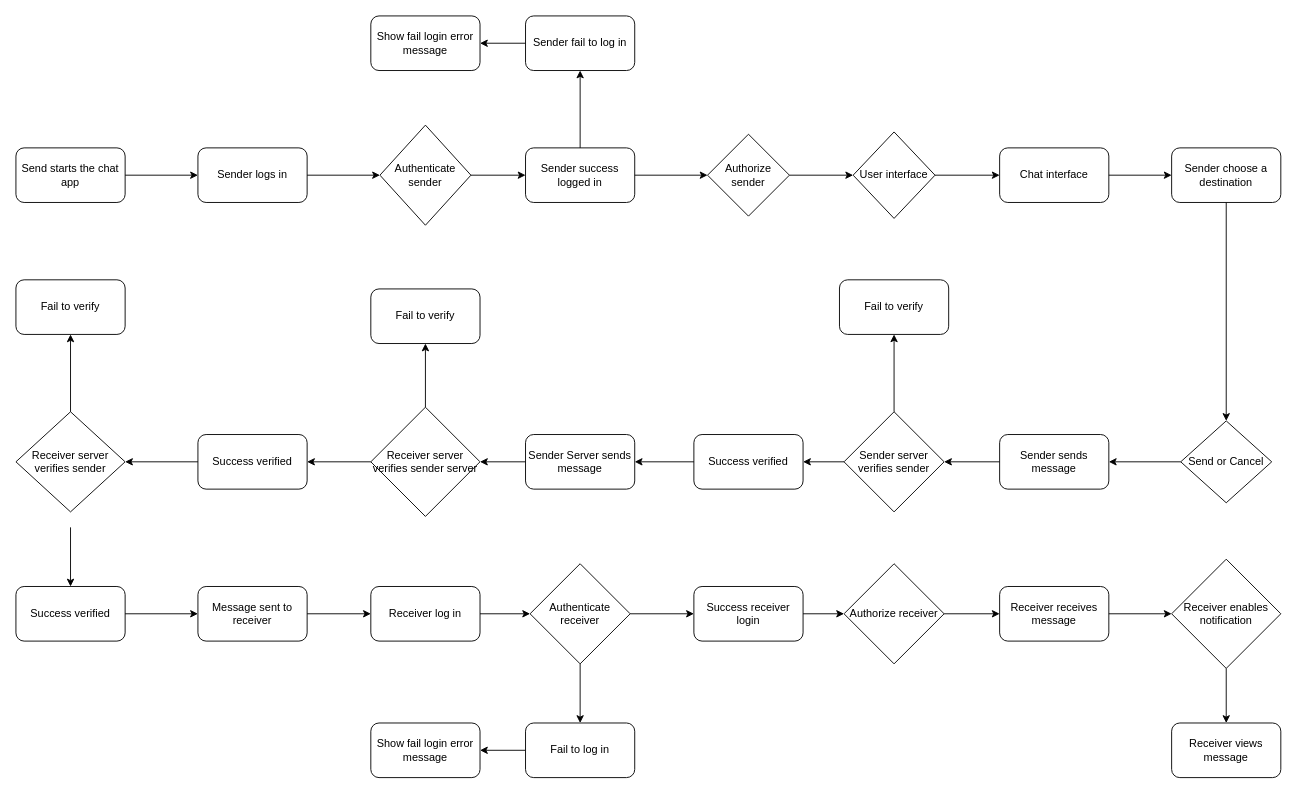
Above: Chat Engine activity diagram.drawio in DenTitVityiaMeas/Secure-Programming-Chat-App (draw.io), before the change. Source tidied: cells renumbered, new cells numbered last; positions are measured from the earlier drawing's top-left corner, leaving out a move shared by most shapes. Both pictures are drawn from the tidied source at 91%, with x=0, y=0 at pixel (15, 15).
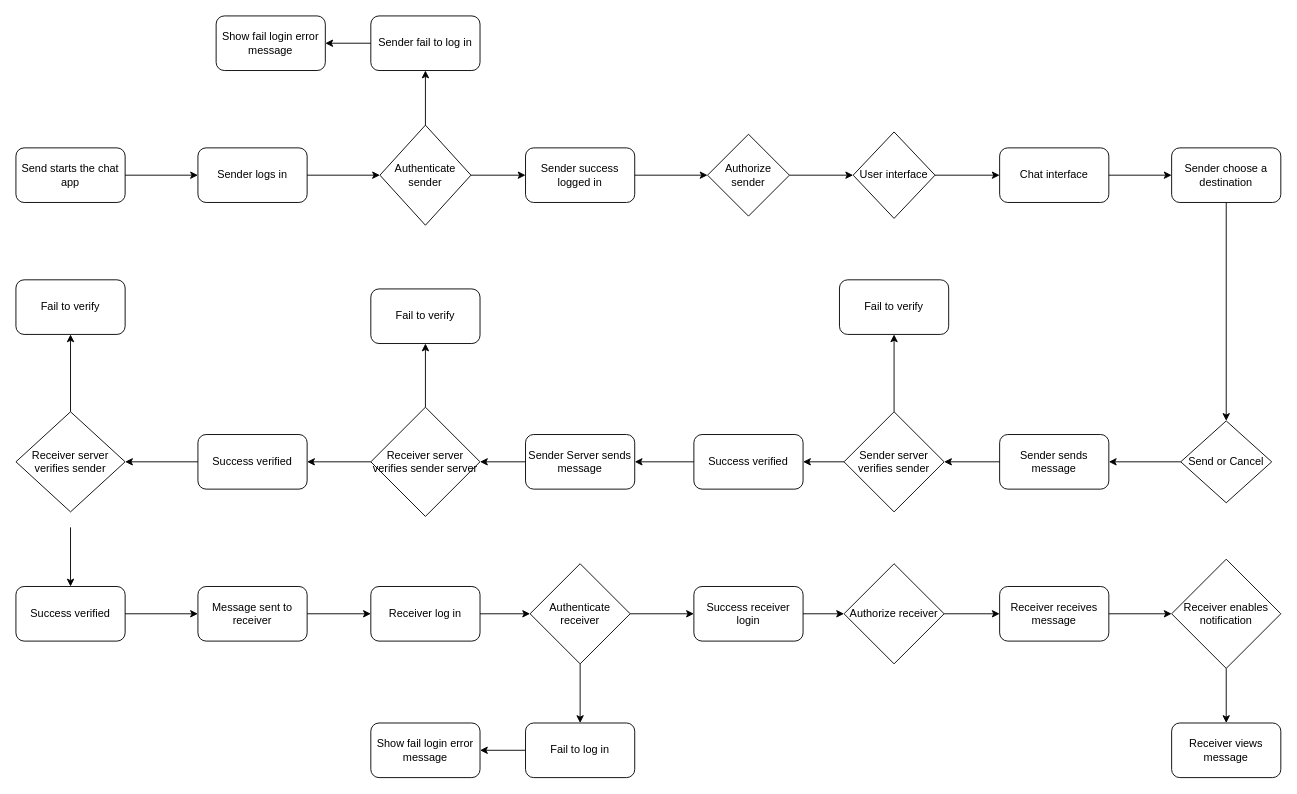
After the change.

Unchanged cells that the change refers to:
```xml
<mxCell id="4" value="Sender success logged in" style="rounded=1;whiteSpace=wrap;html=1;" parent="1" vertex="1">
  <mxGeometry x="560" y="145" width="120" height="60" as="geometry" />
</mxCell>
<mxCell id="6" value="Authenticate sender" style="rhombus;whiteSpace=wrap;html=1;" parent="1" vertex="1">
  <mxGeometry x="400" y="120" width="100" height="110" as="geometry" />
</mxCell>
```

Diff of the diagram source:
```diff
@@
     <mxCell id="5" value="Sender fail to log in" style="rounded=1;whiteSpace=wrap;html=1;" parent="1" vertex="1">
-      <mxGeometry x="560" width="120" height="60" as="geometry" />
+      <mxGeometry x="390" width="120" height="60" as="geometry" />
     </mxCell>
@@
     <mxCell id="9" value="Show fail login error message" style="rounded=1;whiteSpace=wrap;html=1;" parent="1" vertex="1">
-      <mxGeometry x="390" width="120" height="60" as="geometry" />
+      <mxGeometry x="220" width="120" height="60" as="geometry" />
     </mxCell>
@@
-    <mxCell id="38" style="endArrow=classic;html=1;rounded=0;exitX=0.5;exitY=0;exitDx=0;exitDy=0;entryX=0.5;entryY=1;entryDx=0;entryDy=0;" parent="1" edge="1" source="4" target="5">
+    <mxCell id="38" style="endArrow=classic;html=1;rounded=0;exitX=0.5;exitY=0;exitDx=0;exitDy=0;entryX=0.5;entryY=1;entryDx=0;entryDy=0;" parent="1" edge="1" source="6" target="5">
       <mxGeometry relative="1" as="geometry" />
     </mxCell>
```
